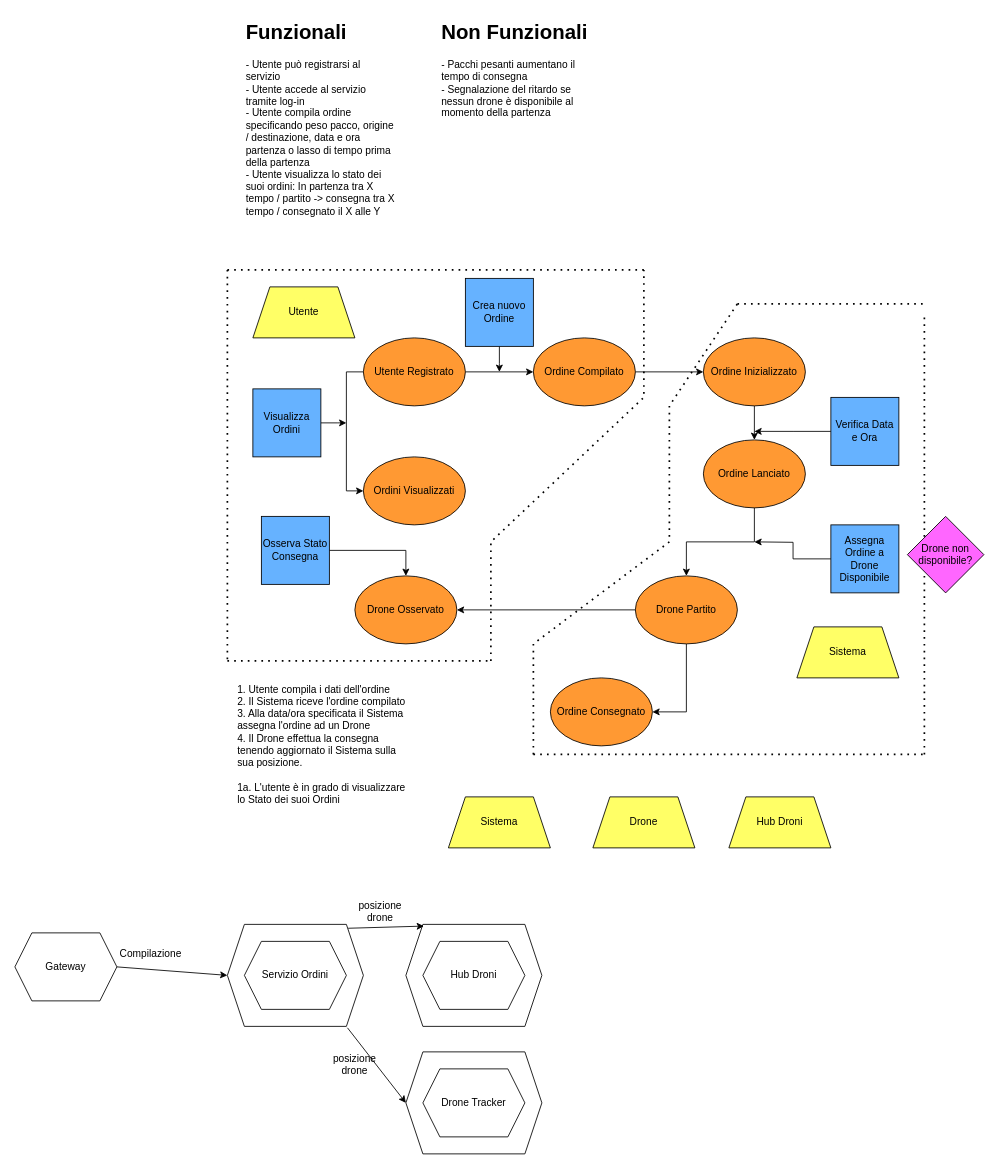
Before: doc/event_storming_system.drawio in AlessandroStefani/sap_assignment01, a draw.io diagram. Source tidied: cells renumbered, new cells numbered last; positions are measured from the earlier drawing's top-left corner, leaving out a move shared by most shapes. Both pictures are drawn from the tidied source at 85%, with x=0, y=0 at pixel (14, 14).
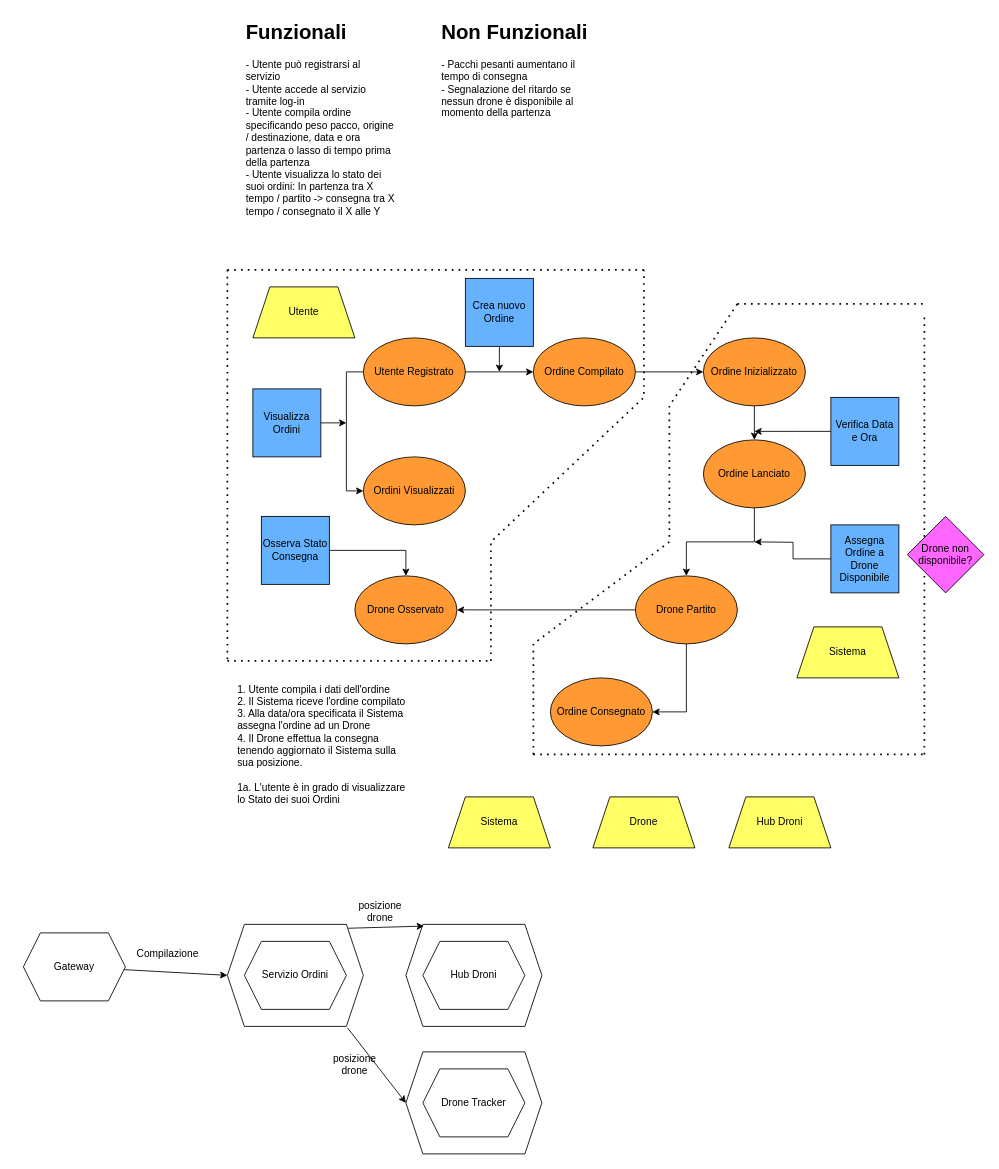
After the change.

Change to the diagram source:
```diff
@@
-    <mxCell id="46" style="endArrow=classic;html=1;rounded=0;" parent="1" edge="1">
+    <mxCell id="46" style="endArrow=classic;html=1;rounded=0;" parent="1" edge="1" source="53">
       <mxGeometry relative="1" as="geometry">
-        <mxPoint x="120" y="1120" as="sourcePoint" />
         <mxPoint x="250" y="1130" as="targetPoint" />
       </mxGeometry>
     </mxCell>
     <mxCell id="47" value="Compilazione" style="text;html=1;whiteSpace=wrap;strokeColor=none;fillColor=none;align=center;verticalAlign=middle;rounded=0;" parent="1" vertex="1">
-      <mxGeometry x="130" y="1090" width="60" height="30" as="geometry" />
+      <mxGeometry x="150" y="1090" width="60" height="30" as="geometry" />
     </mxCell>
@@
     <mxCell id="53" value="Gateway" style="shape=hexagon;perimeter=hexagonPerimeter2;whiteSpace=wrap;html=1;fixedSize=1;" parent="1" vertex="1">
-      <mxGeometry y="1080" width="120" height="80" as="geometry" />
+      <mxGeometry x="10" y="1080" width="120" height="80" as="geometry" />
     </mxCell>
```
